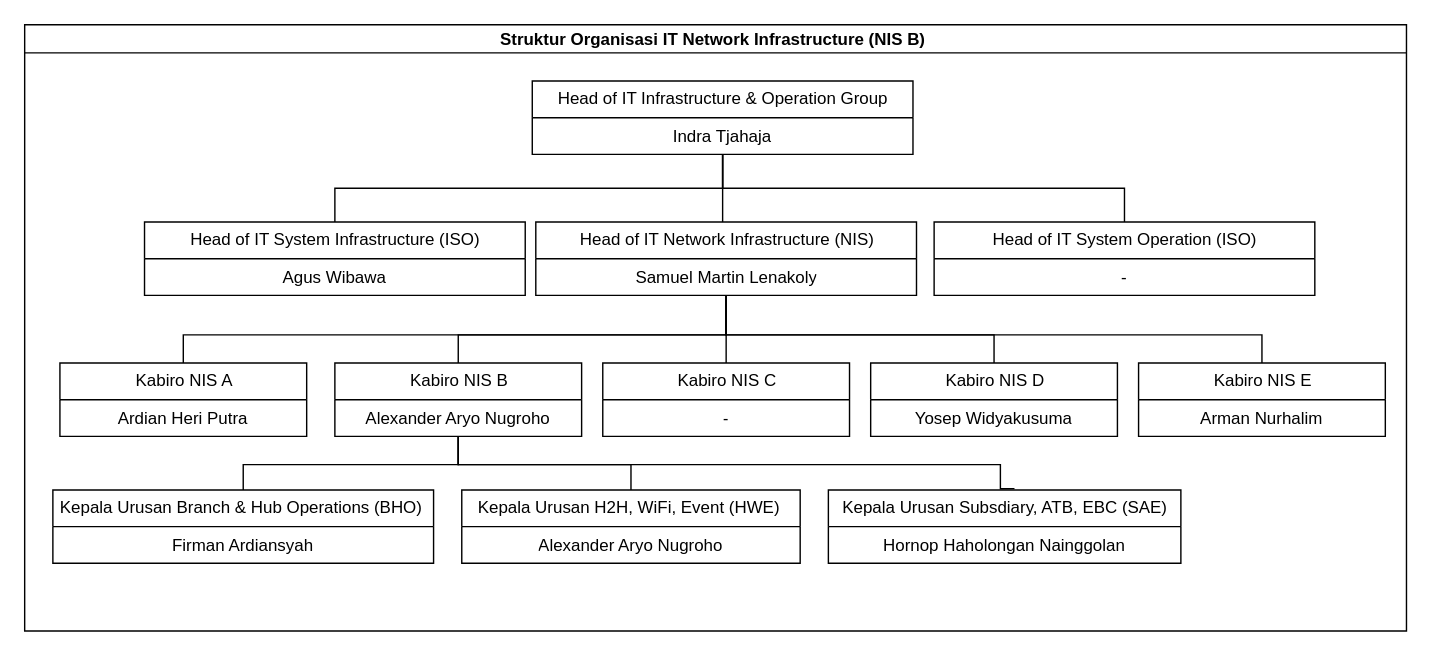
Earlier version of the draw.io diagram page "Struktur Org GSIT - NIS B" (1 of 3) of BIP_Andrea_2026.drawio (AndreaB54/BCA_INTERNSHIP_NIS_B_2026). Source tidied: cells renumbered, new cells numbered last; positions are measured from the earlier drawing's top-left corner, leaving out a move shared by most shapes. Both pictures are drawn from the tidied source at 141%, with x=0, y=0 at pixel (24, 24).
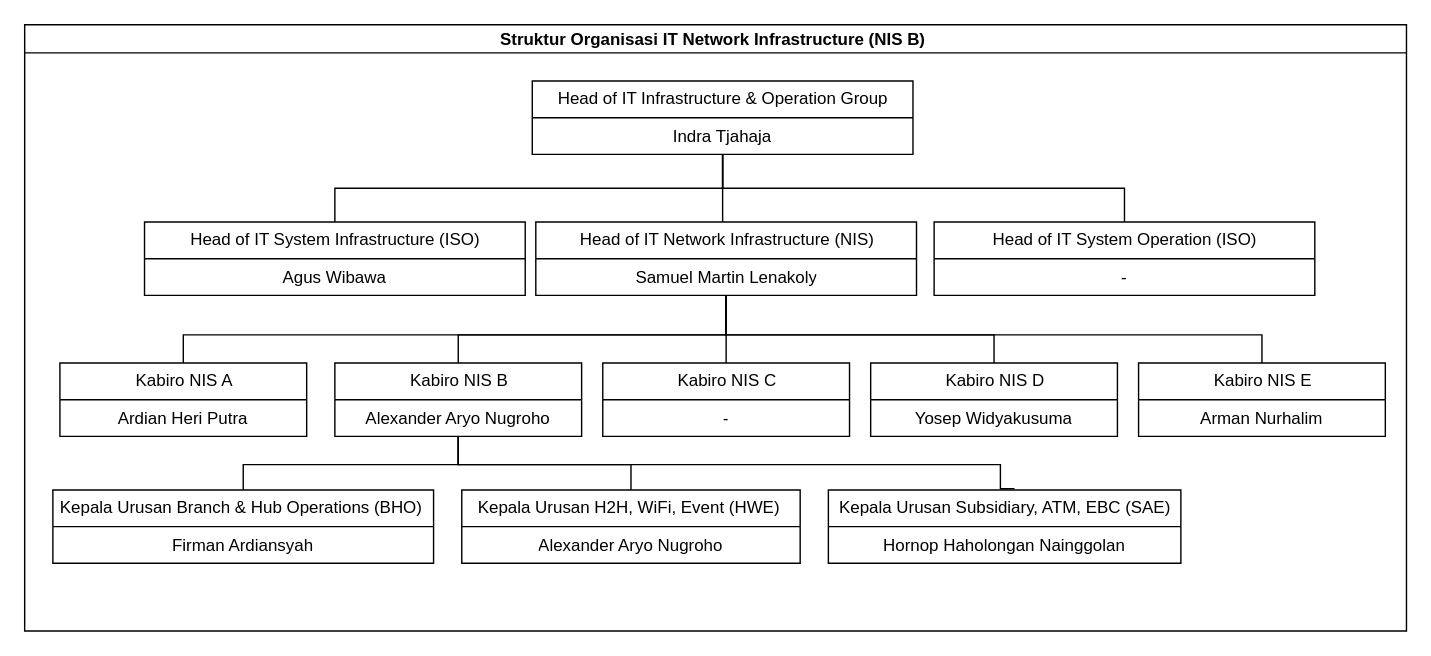
After the change.

The change refers to these unchanged cells:
```xml
<mxCell id="2" value="Struktur Organisasi IT Network Infrastructure (NIS B) " style="swimlane;startSize=20;horizontal=1;containerType=tree;newEdgeStyle={&quot;edgeStyle&quot;:&quot;elbowEdgeStyle&quot;,&quot;startArrow&quot;:&quot;none&quot;,&quot;endArrow&quot;:&quot;none&quot;};" parent="1" vertex="1">
  <mxGeometry width="980" height="430" as="geometry" />
</mxCell>
```

Change to the diagram source:
```diff
@@
-    <mxCell id="20" value="Kepala Urusan Subsdiary, ATB, EBC (SAE)" style="swimlane;fontStyle=0;horizontal=1;startSize=26;fillColor=none;html=1;" parent="2" vertex="1">
+    <mxCell id="20" value="Kepala Urusan Subsidiary, ATM, EBC (SAE)" style="swimlane;fontStyle=0;horizontal=1;startSize=26;fillColor=none;html=1;" parent="2" vertex="1">
       <mxGeometry x="570" y="330" width="250" height="52" as="geometry" />
     </mxCell>
```
